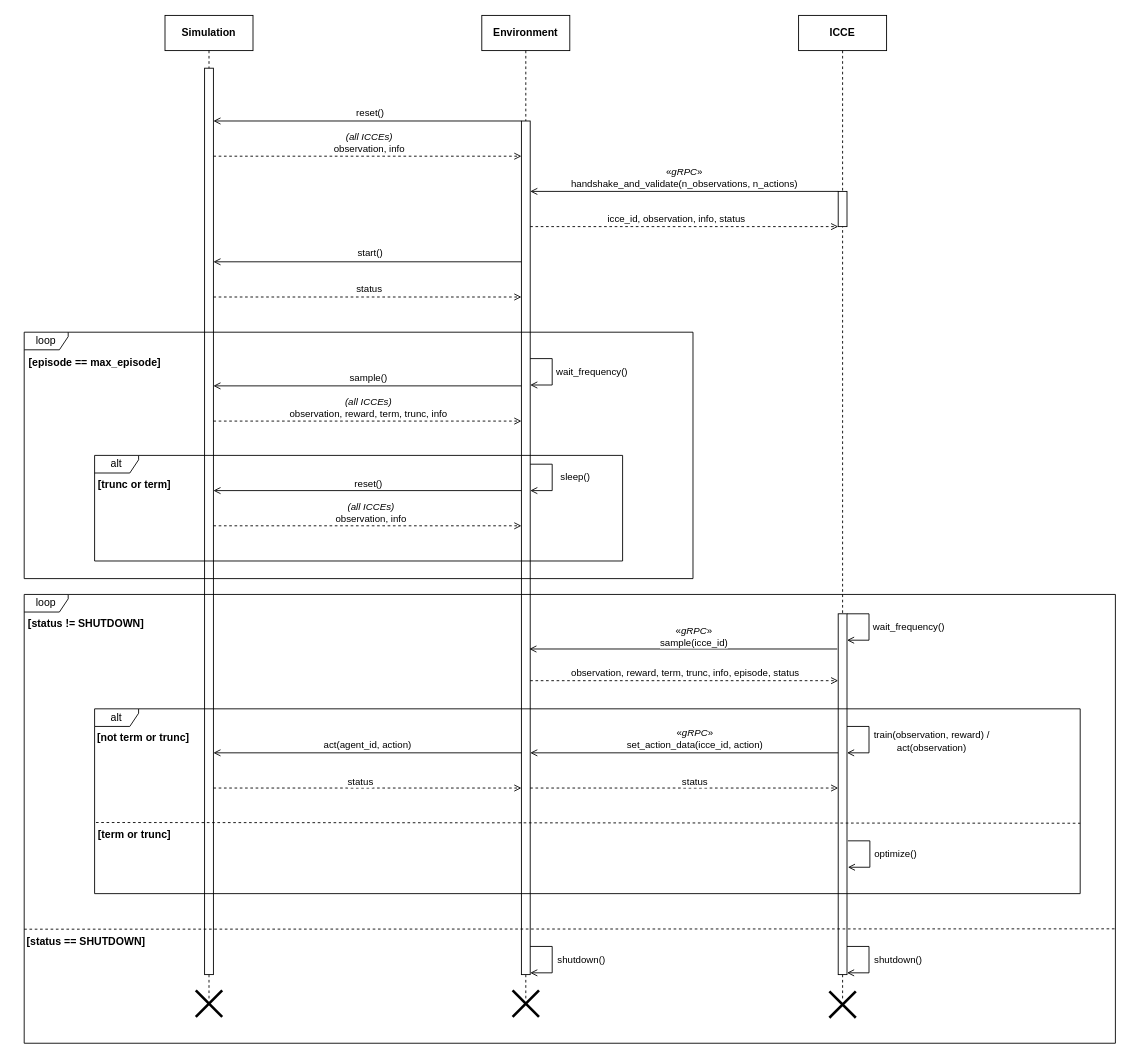
Bobblite/ICCE keeps this draw.io diagram as page "ICCE Sequence Diagram v2" (5 of 5) of documentation/icce_architecture.drawio. Above is the earlier version. Source tidied: cells renumbered, new cells numbered last; positions are measured from the earlier drawing's top-left corner, leaving out a move shared by most shapes. Both pictures are drawn from the tidied source at 88%, with x=0, y=0 at pixel (15, 15).
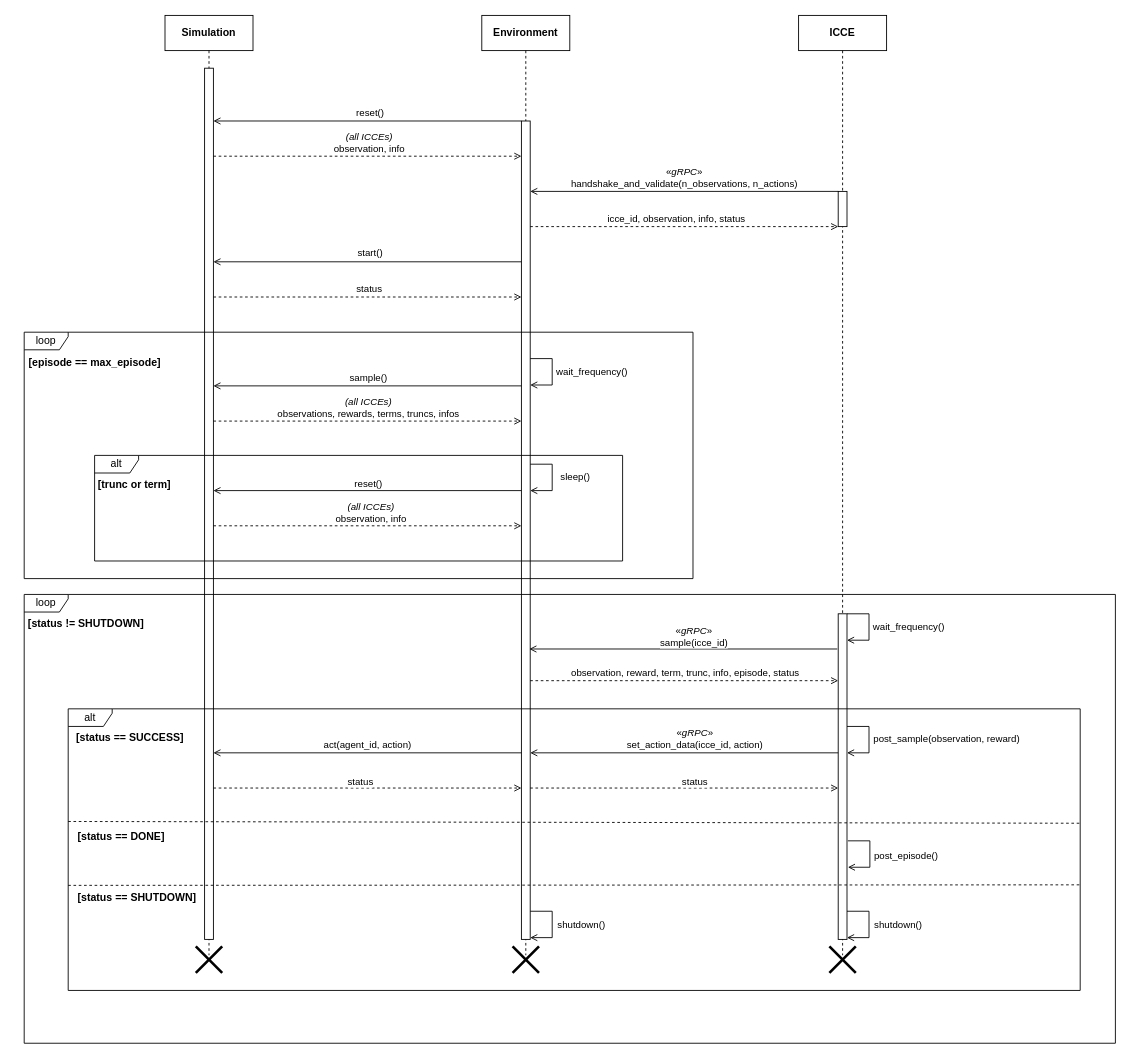
The same page after the edit.

Commit message (it also covers changes not shown here):
Working state machine on Sim-Env-ICCE.

Unchanged cells that the change refers to:
```xml
<mxCell id="21" style="rounded=0;orthogonalLoop=1;jettySize=auto;html=1;dashed=1;endArrow=open;endFill=0;" parent="1" edge="1">
  <mxGeometry relative="1" as="geometry">
    <mxPoint x="225" y="461" as="sourcePoint" />
    <mxPoint x="575" y="461" as="targetPoint" />
  </mxGeometry>
</mxCell>
<mxCell id="35" style="group;" parent="1" vertex="1">
  <mxGeometry y="658" width="1250" height="510" as="geometry" />
</mxCell>
<mxCell id="42" style="endArrow=open;html=1;rounded=0;edgeStyle=orthogonalEdgeStyle;endFill=0;" parent="35" edge="1">
  <mxGeometry relative="1" as="geometry">
    <mxPoint x="945" y="150" as="sourcePoint" />
    <mxPoint x="945" y="180" as="targetPoint" />
    <Array as="points">
      <mxPoint x="970" y="150" />
      <mxPoint x="970" y="180" />
    </Array>
  </mxGeometry>
</mxCell>
<mxCell id="58" style="endArrow=open;html=1;rounded=0;edgeStyle=orthogonalEdgeStyle;endFill=0;" parent="35" edge="1">
  <mxGeometry relative="1" as="geometry">
    <mxPoint x="946" y="280" as="sourcePoint" />
    <mxPoint x="946" y="310" as="targetPoint" />
    <Array as="points">
      <mxPoint x="971" y="280" />
      <mxPoint x="971" y="310" />
    </Array>
  </mxGeometry>
</mxCell>
```

Change to the diagram source:
```diff
@@
     <mxCell id="2" value="Simulation" style="shape=umlLifeline;perimeter=lifelinePerimeter;whiteSpace=wrap;html=1;newEdgeStyle={&quot;edgeStyle&quot;:&quot;elbowEdgeStyle&quot;,&quot;elbow&quot;:&quot;vertical&quot;,&quot;curved&quot;:0,&quot;rounded&quot;:0};fontStyle=1;" parent="1" vertex="1">
-      <mxGeometry x="170" width="100" height="1120" as="geometry" />
+      <mxGeometry x="170" width="100" height="1068" as="geometry" />
     </mxCell>
     <mxCell id="3" style="html=1;perimeter=orthogonalPerimeter;targetShapes=umlLifeline;newEdgeStyle={&quot;curved&quot;:0,&quot;rounded&quot;:0};" parent="2" vertex="1">
-      <mxGeometry x="45" y="60" width="10" height="1030" as="geometry" />
+      <mxGeometry x="45" y="60" width="10" height="990" as="geometry" />
     </mxCell>
     <mxCell id="4" value="Environment" style="shape=umlLifeline;perimeter=lifelinePerimeter;whiteSpace=wrap;html=1;newEdgeStyle={&quot;edgeStyle&quot;:&quot;elbowEdgeStyle&quot;,&quot;elbow&quot;:&quot;vertical&quot;,&quot;curved&quot;:0,&quot;rounded&quot;:0};fontStyle=1;" parent="1" vertex="1">
-      <mxGeometry x="530" width="100" height="1120" as="geometry" />
+      <mxGeometry x="530" width="100" height="1068" as="geometry" />
     </mxCell>
     <mxCell id="5" style="html=1;points=[[0,0,0,0,5],[0,1,0,0,-5],[1,0,0,0,5],[1,1,0,0,-5]];perimeter=orthogonalPerimeter;outlineConnect=0;targetShapes=umlLifeline;portConstraint=eastwest;newEdgeStyle={&quot;curved&quot;:0,&quot;rounded&quot;:0};" parent="4" vertex="1">
-      <mxGeometry x="45" y="120" width="10" height="970" as="geometry" />
+      <mxGeometry x="45" y="120" width="10" height="930" as="geometry" />
     </mxCell>
     <mxCell id="6" value="ICCE" style="shape=umlLifeline;perimeter=lifelinePerimeter;whiteSpace=wrap;html=1;newEdgeStyle={&quot;curved&quot;:0,&quot;rounded&quot;:0};fontStyle=1;" parent="1" vertex="1">
-      <mxGeometry x="890" width="100" height="1120" as="geometry" />
+      <mxGeometry x="890" width="100" height="1068" as="geometry" />
     </mxCell>
@@
     <mxCell id="8" style="html=1;points=[[0,0,0,0,5],[0,1,0,0,-5],[1,0,0,0,5],[1,1,0,0,-5]];perimeter=orthogonalPerimeter;outlineConnect=0;targetShapes=umlLifeline;portConstraint=eastwest;newEdgeStyle={&quot;curved&quot;:0,&quot;rounded&quot;:0};" parent="6" vertex="1">
-      <mxGeometry x="45" y="680" width="10" height="410" as="geometry" />
+      <mxGeometry x="45" y="680" width="10" height="370" as="geometry" />
     </mxCell>
@@
-    <mxCell id="22" value="&lt;i&gt;(all ICCEs)&lt;/i&gt;&lt;br&gt;observation, reward, term, trunc, info" style="edgeLabel;html=1;align=center;verticalAlign=middle;" parent="21" vertex="1">
+    <mxCell id="22" value="&lt;i&gt;(all ICCEs)&lt;/i&gt;&lt;br&gt;observations, rewards, terms, truncs, infos" style="edgeLabel;html=1;align=center;verticalAlign=middle;" parent="21" vertex="1">
       <mxGeometry x="-0.07" y="1" relative="1" as="geometry">
         <mxPoint x="12" y="-15" as="offset" />
       </mxGeometry>
     </mxCell>
@@
-    <mxCell id="43" value="train(observation, reward) /&lt;br&gt;act(observation)" style="edgeLabel;html=1;align=center;verticalAlign=middle;" parent="42" vertex="1">
+    <mxCell id="43" value="post_sample(observation, reward)" style="edgeLabel;html=1;align=center;verticalAlign=middle;" parent="42" vertex="1">
       <mxGeometry x="-0.31" y="1" relative="1" as="geometry">
-        <mxPoint x="69" y="13" as="offset" />
+        <mxPoint x="86" y="10" as="offset" />
       </mxGeometry>
     </mxCell>
@@
     <mxCell id="46" value="alt" style="shape=umlFrame;whiteSpace=wrap;html=1;width=50;height=20;" parent="35" vertex="1">
-      <mxGeometry x="90" y="130" width="1120" height="210" as="geometry" />
+      <mxGeometry x="60" y="130" width="1150" height="320" as="geometry" />
     </mxCell>
-    <mxCell id="47" value="[not term or trunc]" style="text;html=1;align=center;verticalAlign=middle;strokeColor=none;fillColor=none;fontStyle=1;" parent="35" vertex="1">
-      <mxGeometry x="80" y="148" width="130" height="30" as="geometry" />
+    <mxCell id="47" value="[status == SUCCESS]" style="text;html=1;align=center;verticalAlign=middle;strokeColor=none;fillColor=none;fontStyle=1;" parent="35" vertex="1">
+      <mxGeometry x="55" y="148" width="150" height="30" as="geometry" />
     </mxCell>
@@
-    <mxCell id="56" style="endArrow=none;dashed=1;html=1;strokeWidth=1;rounded=0;exitX=0.105;exitY=0.039;exitDx=0;exitDy=0;exitPerimeter=0;entryX=1;entryY=0.59;entryDx=0;entryDy=0;entryPerimeter=0;fontStyle=1;" parent="35" edge="1" source="57">
+    <mxCell id="56" style="endArrow=none;dashed=1;html=1;strokeWidth=1;rounded=0;entryX=1;entryY=0.59;entryDx=0;entryDy=0;entryPerimeter=0;fontStyle=1;" parent="35" edge="1">
       <mxGeometry relative="1" as="geometry">
+        <mxPoint x="60" y="258" as="sourcePoint" />
         <mxPoint x="1210" y="260" as="targetPoint" />
       </mxGeometry>
     </mxCell>
-    <mxCell id="57" value="[term or trunc]" style="text;html=1;align=center;verticalAlign=middle;points=[];strokeColor=none;fillColor=none;fontStyle=1;" parent="35" vertex="1">
-      <mxGeometry x="80" y="258" width="110" height="30" as="geometry" />
+    <mxCell id="57" value="[status == DONE]" style="text;html=1;align=center;verticalAlign=middle;points=[];strokeColor=none;fillColor=none;fontStyle=1;" parent="35" vertex="1">
+      <mxGeometry x="60" y="260" width="120" height="30" as="geometry" />
     </mxCell>
@@
-    <mxCell id="59" value="optimize()" style="edgeLabel;html=1;align=center;verticalAlign=middle;" parent="58" vertex="1">
+    <mxCell id="59" value="post_episode()" style="edgeLabel;html=1;align=center;verticalAlign=middle;" parent="58" vertex="1">
       <mxGeometry x="-0.31" y="1" relative="1" as="geometry">
-        <mxPoint x="27" y="11" as="offset" />
+        <mxPoint x="39" y="13" as="offset" />
       </mxGeometry>
     </mxCell>
-    <mxCell id="60" style="endArrow=none;dashed=1;html=1;rounded=0;exitX=-0.001;exitY=0.819;exitDx=0;exitDy=0;exitPerimeter=0;" parent="35" edge="1">
+    <mxCell id="60" style="endArrow=none;dashed=1;html=1;rounded=0;exitX=0;exitY=0.557;exitDx=0;exitDy=0;exitPerimeter=0;entryX=1;entryY=0.555;entryDx=0;entryDy=0;entryPerimeter=0;" parent="35" edge="1">
       <mxGeometry relative="1" as="geometry">
-        <mxPoint x="10" y="380.4" as="sourcePoint" />
-        <mxPoint x="1250" y="380" as="targetPoint" />
+        <mxPoint x="60" y="330.6" as="sourcePoint" />
+        <mxPoint x="1210" y="330" as="targetPoint" />
       </mxGeometry>
     </mxCell>
     <mxCell id="61" value="[status == SHUTDOWN]" style="text;html=1;align=center;verticalAlign=middle;strokeColor=none;fillColor=none;fontStyle=1;" parent="35" vertex="1">
-      <mxGeometry y="380" width="160" height="30" as="geometry" />
+      <mxGeometry x="58" y="330" width="160" height="30" as="geometry" />
     </mxCell>
     <mxCell id="62" style="endArrow=open;html=1;rounded=0;edgeStyle=orthogonalEdgeStyle;endFill=0;" parent="35" edge="1">
       <mxGeometry relative="1" as="geometry">
-        <mxPoint x="945" y="400" as="sourcePoint" />
-        <mxPoint x="945" y="430" as="targetPoint" />
+        <mxPoint x="945" y="360" as="sourcePoint" />
+        <mxPoint x="945" y="390" as="targetPoint" />
         <Array as="points">
-          <mxPoint x="970" y="400" />
-          <mxPoint x="970" y="430" />
+          <mxPoint x="970" y="360" />
+          <mxPoint x="970" y="390" />
         </Array>
       </mxGeometry>
     </mxCell>
@@
     <mxCell id="64" style="shape=umlDestroy;whiteSpace=wrap;html=1;strokeWidth=3;targetShapes=umlLifeline;" parent="35" vertex="1">
-      <mxGeometry x="925" y="451" width="30" height="30" as="geometry" />
+      <mxGeometry x="925" y="400" width="30" height="30" as="geometry" />
     </mxCell>
     <mxCell id="65" style="shape=umlDestroy;whiteSpace=wrap;html=1;strokeWidth=3;targetShapes=umlLifeline;" parent="35" vertex="1">
-      <mxGeometry x="565" y="450" width="30" height="30" as="geometry" />
+      <mxGeometry x="565" y="400" width="30" height="30" as="geometry" />
     </mxCell>
     <mxCell id="66" style="endArrow=open;html=1;rounded=0;edgeStyle=orthogonalEdgeStyle;endFill=0;" parent="35" edge="1">
       <mxGeometry relative="1" as="geometry">
-        <mxPoint x="585" y="400" as="sourcePoint" />
-        <mxPoint x="585" y="430" as="targetPoint" />
+        <mxPoint x="585" y="360" as="sourcePoint" />
+        <mxPoint x="585" y="390" as="targetPoint" />
         <Array as="points">
-          <mxPoint x="610" y="400" />
-          <mxPoint x="610" y="430" />
+          <mxPoint x="610" y="360" />
+          <mxPoint x="610" y="390" />
         </Array>
       </mxGeometry>
     </mxCell>
@@
     <mxCell id="68" style="shape=umlDestroy;whiteSpace=wrap;html=1;strokeWidth=3;targetShapes=umlLifeline;" parent="35" vertex="1">
-      <mxGeometry x="205" y="450" width="30" height="30" as="geometry" />
+      <mxGeometry x="205" y="400" width="30" height="30" as="geometry" />
     </mxCell>
```
